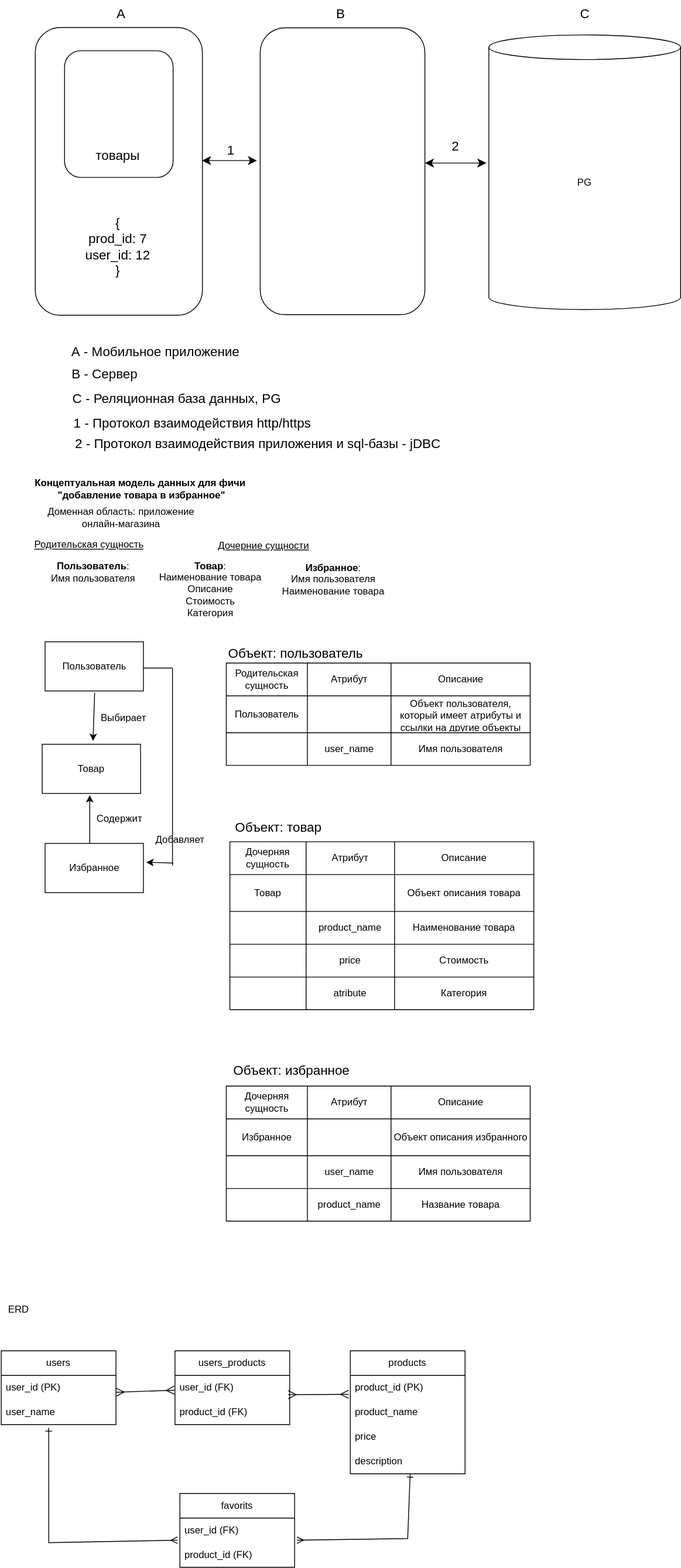
abdullahproff/BSA21_1 keeps this draw.io diagram as Pasynkova_Olga/Data Model.drawio.svg. Above is the earlier version. Source tidied: cells renumbered, new cells last; positions are measured from the earlier drawing's top-left corner, leaving out a move shared by most shapes.
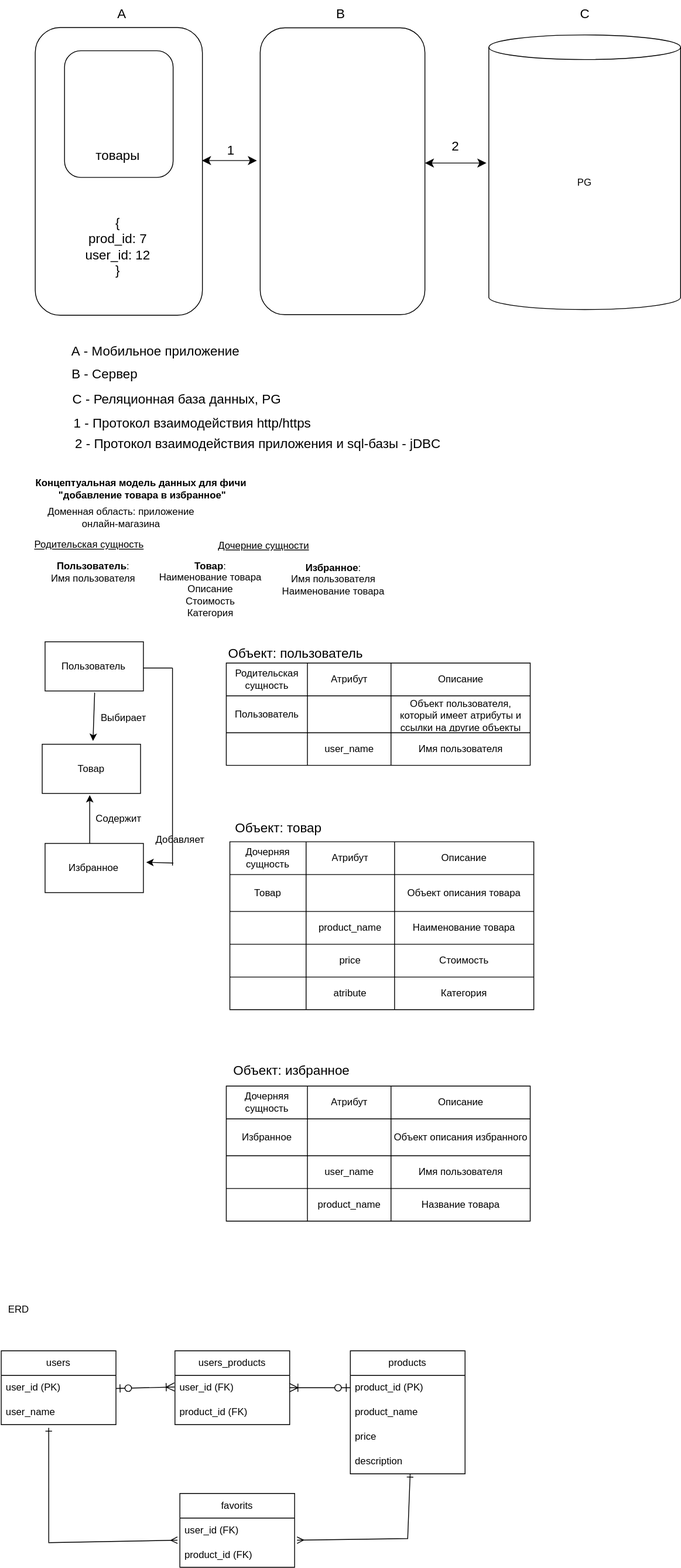
After the commit.

Change to the diagram source:
```diff
@@ -335,16 +335,6 @@
     <mxCell id="105" value="product_id (FK)" style="text;strokeColor=none;fillColor=none;align=left;verticalAlign=middle;spacingLeft=4;spacingRight=4;overflow=hidden;whiteSpace=wrap;html=1;" parent="103" vertex="1">
       <mxGeometry y="60" width="140" height="30" as="geometry" />
     </mxCell>
-    <mxCell id="106" style="fontSize=12;html=1;endArrow=ERmany;startArrow=ERmany;rounded=0;startSize=8;endSize=8;exitX=0.986;exitY=0.784;exitDx=0;exitDy=0;startFill=0;endFill=0;exitPerimeter=0;" parent="1" edge="1" source="104">
-      <mxGeometry relative="1" as="geometry">
-        <mxPoint x="456" y="1700" as="targetPoint" />
-      </mxGeometry>
-    </mxCell>
-    <mxCell id="107" style="fontSize=12;html=1;endArrow=ERmany;startArrow=ERmany;rounded=0;startSize=8;endSize=8;exitX=1;exitY=0.5;exitDx=0;exitDy=0;startFill=0;endFill=0;entryX=-0.005;entryY=0.6;entryDx=0;entryDy=0;entryPerimeter=0;" parent="1" edge="1" target="104">
-      <mxGeometry relative="1" as="geometry">
-        <mxPoint x="172" y="1697.5" as="sourcePoint" />
-      </mxGeometry>
-    </mxCell>
     <mxCell id="108" style="endArrow=ERone;html=1;rounded=0;entryX=0.414;entryY=1.133;entryDx=0;entryDy=0;entryPerimeter=0;exitX=-0.021;exitY=-0.1;exitDx=0;exitDy=0;exitPerimeter=0;startArrow=ERmany;startFill=0;endFill=0;" parent="1" edge="1" source="102" target="94">
       <mxGeometry relative="1" as="geometry">
         <Array as="points">
@@ -363,5 +353,14 @@
     <mxCell id="110" value="ERD" style="text;html=1;align=center;verticalAlign=middle;strokeColor=none;fillColor=none;" parent="1" vertex="1">
       <mxGeometry x="31" y="1584" width="43" height="26" as="geometry" />
     </mxCell>
+    <mxCell id="111" style="fontSize=12;html=1;endArrow=ERoneToMany;startArrow=ERzeroToOne;rounded=0;startSize=8;endSize=8;exitX=0;exitY=0.5;exitDx=0;exitDy=0;" parent="1" edge="1" source="96" target="104">
+      <mxGeometry relative="1" as="geometry" />
+    </mxCell>
+    <mxCell id="112" style="fontSize=12;html=1;endArrow=ERoneToMany;startArrow=ERzeroToOne;rounded=0;startSize=8;endSize=8;entryX=-0.005;entryY=0.738;entryDx=0;entryDy=0;entryPerimeter=0;" parent="1" edge="1">
+      <mxGeometry relative="1" as="geometry">
+        <mxPoint x="172" y="1692.9" as="sourcePoint" />
+        <mxPoint x="243.3" y="1691.1" as="targetPoint" />
+      </mxGeometry>
+    </mxCell>
   </root>
 </mxGraphModel>
```
